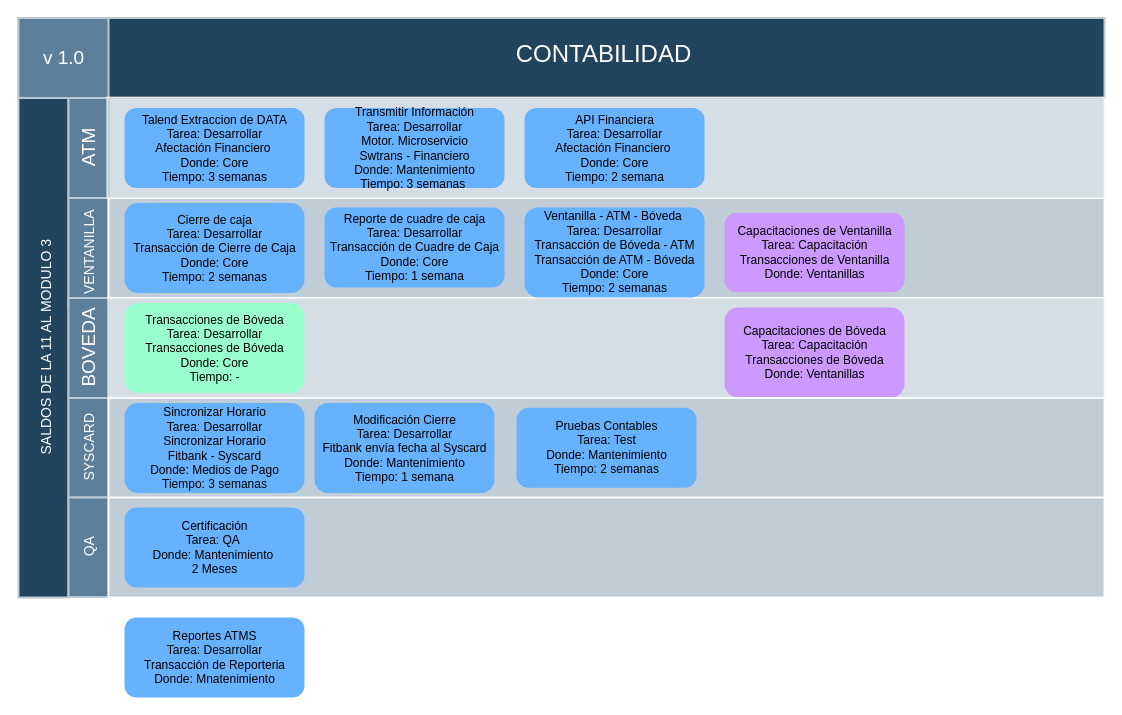
Before: page "Página-2" (2 of 4) of Flujo Contable.drawio in eddisonlazo/diagramas, a draw.io diagram. Source tidied: cells renumbered, new cells numbered last; positions are measured from the earlier drawing's top-left corner, leaving out a move shared by most shapes. Both pictures are drawn from the tidied source at 100%, with x=0, y=0 at pixel (18, 17).
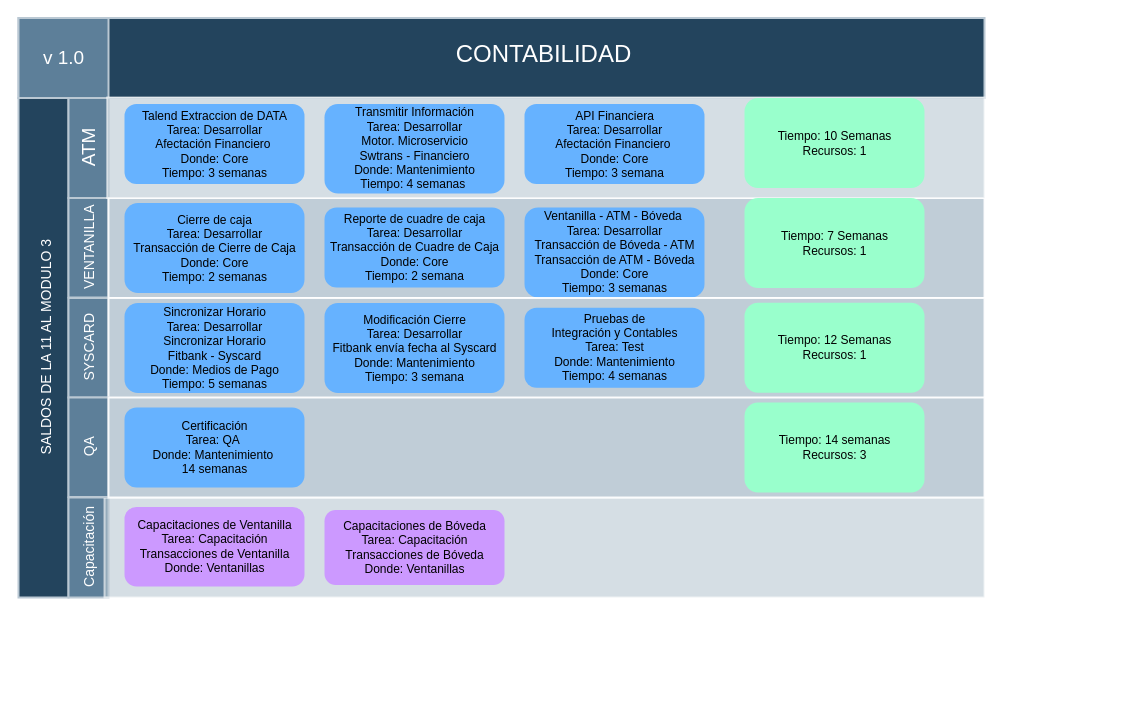
The same page after the edit.

Diff of the diagram source:
```diff
@@
     <mxCell id="2" value="CONTABILIDAD" style="strokeColor=#BAC8D3;fillColor=#23445D;fontSize=24;strokeWidth=2;fontFamily=Helvetica;html=1;fontColor=#FFFFFF;fontStyle=0;spacingBottom=8;spacingRight=0;spacingLeft=83;" parent="1" vertex="1">
-      <mxGeometry y="0.5" width="1086" height="80" as="geometry" />
+      <mxGeometry y="0.5" width="966" height="80" as="geometry" />
     </mxCell>
@@
     <mxCell id="6" value="&lt;font style=&quot;font-size: 14px&quot;&gt;VENTANILLA&lt;/font&gt;" style="strokeColor=#BAC8D3;fillColor=#5d7f99;fontSize=19;strokeWidth=2;horizontal=0;fontFamily=Helvetica;html=1;labelBackgroundColor=none;fontColor=#FFFFFF;" parent="1" vertex="1">
-      <mxGeometry x="50" y="180.5" width="40" height="109.5" as="geometry" />
+      <mxGeometry x="50" y="180.5" width="40" height="99.5" as="geometry" />
     </mxCell>
-    <mxCell id="7" value="BOVEDA" style="strokeColor=#BAC8D3;fillColor=#5d7f99;fontSize=19;strokeWidth=2;horizontal=0;fontFamily=Helvetica;html=1;labelBackgroundColor=none;fontColor=#FFFFFF;" parent="1" vertex="1">
-      <mxGeometry x="50" y="280.5" width="40" height="100" as="geometry" />
+    <mxCell id="7" value="&lt;font style=&quot;font-size: 14px;&quot;&gt;Capacitación&lt;/font&gt;" style="strokeColor=#BAC8D3;fillColor=#5d7f99;fontSize=19;strokeWidth=2;horizontal=0;fontFamily=Helvetica;html=1;labelBackgroundColor=none;fontColor=#FFFFFF;" parent="1" vertex="1">
+      <mxGeometry x="50" y="480" width="40" height="100" as="geometry" />
     </mxCell>
     <mxCell id="8" style="strokeColor=#FFFFFF;fillColor=#BAC8D3;fontSize=18;strokeWidth=2;fontFamily=Helvetica;html=1;opacity=90;" parent="1" vertex="1">
-      <mxGeometry x="90" y="180.5" width="996" height="100" as="geometry" />
+      <mxGeometry x="90" y="180.5" width="876" height="100" as="geometry" />
     </mxCell>
     <mxCell id="9" style="strokeColor=#FFFFFF;fillColor=#BAC8D3;fontSize=18;strokeWidth=2;fontFamily=Helvetica;html=1;opacity=60;" parent="1" vertex="1">
-      <mxGeometry x="90" y="280.5" width="996" height="100" as="geometry" />
+      <mxGeometry x="86" y="480" width="880" height="100" as="geometry" />
     </mxCell>
@@
-    <mxCell id="11" value="Reporte de cuadre de caja&lt;br style=&quot;border-color: var(--border-color);&quot;&gt;Tarea: Desarrollar&lt;br style=&quot;border-color: var(--border-color);&quot;&gt;Transacción de Cuadre de Caja&lt;br style=&quot;border-color: var(--border-color);&quot;&gt;Donde: Core&lt;br&gt;Tiempo: 1 semana" style="rounded=1;fillColor=#66B2FF;strokeColor=none;strokeWidth=2;fontFamily=Helvetica;html=1;gradientColor=none;" parent="1" vertex="1">
+    <mxCell id="11" value="Reporte de cuadre de caja&lt;br style=&quot;border-color: var(--border-color);&quot;&gt;Tarea: Desarrollar&lt;br style=&quot;border-color: var(--border-color);&quot;&gt;Transacción de Cuadre de Caja&lt;br style=&quot;border-color: var(--border-color);&quot;&gt;Donde: Core&lt;br&gt;Tiempo: 2 semana" style="rounded=1;fillColor=#66B2FF;strokeColor=none;strokeWidth=2;fontFamily=Helvetica;html=1;gradientColor=none;" parent="1" vertex="1">
       <mxGeometry x="306" y="190" width="180" height="80" as="geometry" />
     </mxCell>
     <mxCell id="12" style="strokeColor=#FFFFFF;fillColor=#BAC8D3;fontSize=18;strokeWidth=2;fontFamily=Helvetica;html=1;opacity=60;" parent="1" vertex="1">
-      <mxGeometry x="88.7" y="80" width="997.3" height="100.5" as="geometry" />
+      <mxGeometry x="88.7" y="80" width="877.3" height="100.5" as="geometry" />
     </mxCell>
-    <mxCell id="13" value="Transacciones de Bóveda&lt;br&gt;Tarea: Desarrollar &lt;br&gt;Transacciones de Bóveda&lt;br&gt;Donde: Core&lt;br&gt;Tiempo: -" style="rounded=1;fillColor=#99FFCC;strokeColor=none;strokeWidth=2;fontFamily=Helvetica;html=1;gradientColor=none;" parent="1" vertex="1">
-      <mxGeometry x="106" y="285.5" width="180" height="90" as="geometry" />
-    </mxCell>
-    <mxCell id="14" value="Ventanilla - ATM - Bóveda&amp;nbsp;&lt;br style=&quot;border-color: var(--border-color);&quot;&gt;Tarea: Desarrollar&lt;br style=&quot;border-color: var(--border-color);&quot;&gt;Transacción de Bóveda - ATM&lt;br&gt;Transacción de ATM - Bóveda&lt;br style=&quot;border-color: var(--border-color);&quot;&gt;Donde: Core&lt;br&gt;Tiempo: 2 semanas" style="rounded=1;fillColor=#66B2FF;strokeColor=none;strokeWidth=2;fontFamily=Helvetica;html=1;gradientColor=none;" parent="1" vertex="1">
+    <mxCell id="14" value="Ventanilla - ATM - Bóveda&amp;nbsp;&lt;br style=&quot;border-color: var(--border-color);&quot;&gt;Tarea: Desarrollar&lt;br style=&quot;border-color: var(--border-color);&quot;&gt;Transacción de Bóveda - ATM&lt;br&gt;Transacción de ATM - Bóveda&lt;br style=&quot;border-color: var(--border-color);&quot;&gt;Donde: Core&lt;br&gt;Tiempo: 3 semanas" style="rounded=1;fillColor=#66B2FF;strokeColor=none;strokeWidth=2;fontFamily=Helvetica;html=1;gradientColor=none;" parent="1" vertex="1">
       <mxGeometry x="506" y="190" width="180" height="90" as="geometry" />
     </mxCell>
-    <mxCell id="15" value="Reportes ATMS&lt;br style=&quot;border-color: var(--border-color);&quot;&gt;Tarea: Desarrollar&lt;br style=&quot;border-color: var(--border-color);&quot;&gt;Transacción de Reporteria&lt;br style=&quot;border-color: var(--border-color);&quot;&gt;Donde: Mnatenimiento" style="rounded=1;fillColor=#66B2FF;strokeColor=none;strokeWidth=2;fontFamily=Helvetica;html=1;gradientColor=none;" parent="1" vertex="1">
-      <mxGeometry x="106" y="600" width="180" height="80" as="geometry" />
-    </mxCell>
-    <mxCell id="16" value="Transmitir Información&lt;br style=&quot;border-color: var(--border-color);&quot;&gt;Tarea: Desarrollar&lt;br style=&quot;border-color: var(--border-color);&quot;&gt;Motor. Microservicio &lt;br&gt;Swtrans - Financiero&lt;br style=&quot;border-color: var(--border-color);&quot;&gt;Donde: Mantenimiento&lt;br&gt;Tiempo: 3 semanas&amp;nbsp;" style="rounded=1;fillColor=#66B2FF;strokeColor=none;strokeWidth=2;fontFamily=Helvetica;html=1;gradientColor=none;" parent="1" vertex="1">
-      <mxGeometry x="306" y="90.5" width="180" height="80" as="geometry" />
+    <mxCell id="16" value="Transmitir Información&lt;br style=&quot;border-color: var(--border-color);&quot;&gt;Tarea: Desarrollar&lt;br style=&quot;border-color: var(--border-color);&quot;&gt;Motor. Microservicio &lt;br&gt;Swtrans - Financiero&lt;br style=&quot;border-color: var(--border-color);&quot;&gt;Donde: Mantenimiento&lt;br&gt;Tiempo: 4 semanas&amp;nbsp;" style="rounded=1;fillColor=#66B2FF;strokeColor=none;strokeWidth=2;fontFamily=Helvetica;html=1;gradientColor=none;" parent="1" vertex="1">
+      <mxGeometry x="306" y="86.5" width="180" height="89.5" as="geometry" />
     </mxCell>
     <mxCell id="17" value="Capacitaciones de Bóveda&lt;br&gt;Tarea: Capacitación&lt;br&gt;Transacciones de Bóveda&lt;br&gt;Donde: Ventanillas" style="rounded=1;fillColor=#CC99FF;strokeColor=none;strokeWidth=2;fontFamily=Helvetica;html=1;gradientColor=none;" parent="1" vertex="1">
-      <mxGeometry x="706" y="290" width="180" height="90" as="geometry" />
+      <mxGeometry x="306" y="492.5" width="180" height="75" as="geometry" />
     </mxCell>
     <mxCell id="18" value="Capacitaciones de Ventanilla&lt;br&gt;Tarea: Capacitación&lt;br&gt;Transacciones de Ventanilla&lt;br&gt;Donde: Ventanillas" style="rounded=1;fillColor=#CC99FF;strokeColor=none;strokeWidth=2;fontFamily=Helvetica;html=1;gradientColor=none;" parent="1" vertex="1">
-      <mxGeometry x="706" y="195.2" width="180" height="79.5" as="geometry" />
+      <mxGeometry x="106" y="489.5" width="180" height="79.5" as="geometry" />
     </mxCell>
-    <mxCell id="19" value="API Financiera&lt;br style=&quot;border-color: var(--border-color);&quot;&gt;Tarea: Desarrollar&lt;br style=&quot;border-color: var(--border-color);&quot;&gt;Afectación Financiero&amp;nbsp;&lt;br style=&quot;border-color: var(--border-color);&quot;&gt;Donde: Core&lt;br&gt;Tiempo: 2 semana" style="rounded=1;fillColor=#66B2FF;strokeColor=none;strokeWidth=2;fontFamily=Helvetica;html=1;gradientColor=none;" parent="1" vertex="1">
-      <mxGeometry x="506" y="90.5" width="180" height="80" as="geometry" />
+    <mxCell id="19" value="API Financiera&lt;br style=&quot;border-color: var(--border-color);&quot;&gt;Tarea: Desarrollar&lt;br style=&quot;border-color: var(--border-color);&quot;&gt;Afectación Financiero&amp;nbsp;&lt;br style=&quot;border-color: var(--border-color);&quot;&gt;Donde: Core&lt;br&gt;Tiempo: 3 semana" style="rounded=1;fillColor=#66B2FF;strokeColor=none;strokeWidth=2;fontFamily=Helvetica;html=1;gradientColor=none;" parent="1" vertex="1">
+      <mxGeometry x="506" y="86.5" width="180" height="80" as="geometry" />
     </mxCell>
     <mxCell id="20" value="&lt;font style=&quot;font-size: 14px&quot;&gt;SYSCARD&lt;/font&gt;" style="strokeColor=#BAC8D3;fillColor=#5d7f99;fontSize=19;strokeWidth=2;horizontal=0;fontFamily=Helvetica;html=1;labelBackgroundColor=none;fontColor=#FFFFFF;" parent="1" vertex="1">
-      <mxGeometry x="50" y="380.5" width="40" height="99.5" as="geometry" />
+      <mxGeometry x="50" y="280.5" width="40" height="99.5" as="geometry" />
     </mxCell>
     <mxCell id="21" style="strokeColor=#FFFFFF;fillColor=#BAC8D3;fontSize=18;strokeWidth=2;fontFamily=Helvetica;html=1;opacity=90;" parent="1" vertex="1">
-      <mxGeometry x="90" y="380.5" width="996" height="100" as="geometry" />
+      <mxGeometry x="90" y="280.5" width="876" height="100" as="geometry" />
     </mxCell>
-    <mxCell id="22" value="Sincronizar Horario&lt;br&gt;Tarea: Desarrollar&lt;br&gt;Sincronizar Horario &lt;br&gt;Fitbank - Syscard&lt;br&gt;Donde: Medios de Pago&lt;br&gt;Tiempo: 3 semanas" style="rounded=1;fillColor=#66B2FF;strokeColor=none;strokeWidth=2;fontFamily=Helvetica;html=1;gradientColor=none;" parent="1" vertex="1">
-      <mxGeometry x="106" y="385.5" width="180" height="90" as="geometry" />
+    <mxCell id="22" value="Sincronizar Horario&lt;br&gt;Tarea: Desarrollar&lt;br&gt;Sincronizar Horario &lt;br&gt;Fitbank - Syscard&lt;br&gt;Donde: Medios de Pago&lt;br&gt;Tiempo: 5 semanas" style="rounded=1;fillColor=#66B2FF;strokeColor=none;strokeWidth=2;fontFamily=Helvetica;html=1;gradientColor=none;" parent="1" vertex="1">
+      <mxGeometry x="106" y="285.5" width="180" height="90" as="geometry" />
     </mxCell>
     <mxCell id="23" value="Talend Extraccion de DATA&lt;br style=&quot;border-color: var(--border-color);&quot;&gt;Tarea: Desarrollar&lt;br style=&quot;border-color: var(--border-color);&quot;&gt;Afectación Financiero&amp;nbsp;&lt;br style=&quot;border-color: var(--border-color);&quot;&gt;Donde: Core&lt;br&gt;Tiempo: 3 semanas" style="rounded=1;fillColor=#66B2FF;strokeColor=none;strokeWidth=2;fontFamily=Helvetica;html=1;gradientColor=none;" parent="1" vertex="1">
-      <mxGeometry x="106" y="90.5" width="180" height="80" as="geometry" />
+      <mxGeometry x="106" y="86.5" width="180" height="80" as="geometry" />
     </mxCell>
-    <mxCell id="24" value="Modificación Cierre&lt;br&gt;Tarea: Desarrollar&lt;br&gt;Fitbank envía fecha al Syscard&lt;br&gt;Donde: Mantenimiento&lt;br&gt;Tiempo: 1 semana" style="rounded=1;fillColor=#66B2FF;strokeColor=none;strokeWidth=2;fontFamily=Helvetica;html=1;gradientColor=none;" parent="1" vertex="1">
-      <mxGeometry x="296" y="385.5" width="180" height="90" as="geometry" />
+    <mxCell id="24" value="Modificación Cierre&lt;br&gt;Tarea: Desarrollar&lt;br&gt;Fitbank envía fecha al Syscard&lt;br&gt;Donde: Mantenimiento&lt;br&gt;Tiempo: 3 semana" style="rounded=1;fillColor=#66B2FF;strokeColor=none;strokeWidth=2;fontFamily=Helvetica;html=1;gradientColor=none;" parent="1" vertex="1">
+      <mxGeometry x="306" y="285.5" width="180" height="90" as="geometry" />
     </mxCell>
     <mxCell id="25" value="&lt;font style=&quot;font-size: 14px&quot;&gt;QA&lt;/font&gt;" style="strokeColor=#BAC8D3;fillColor=#5d7f99;fontSize=19;strokeWidth=2;horizontal=0;fontFamily=Helvetica;html=1;labelBackgroundColor=none;fontColor=#FFFFFF;" parent="1" vertex="1">
-      <mxGeometry x="50" y="480" width="40" height="99.5" as="geometry" />
+      <mxGeometry x="50" y="380" width="40" height="99.5" as="geometry" />
     </mxCell>
     <mxCell id="26" style="strokeColor=#FFFFFF;fillColor=#BAC8D3;fontSize=18;strokeWidth=2;fontFamily=Helvetica;html=1;opacity=90;" parent="1" vertex="1">
-      <mxGeometry x="90" y="480" width="996" height="100" as="geometry" />
+      <mxGeometry x="90" y="380" width="876" height="100" as="geometry" />
     </mxCell>
-    <mxCell id="27" value="Pruebas Contables&lt;br style=&quot;border-color: var(--border-color);&quot;&gt;Tarea: Test&lt;br style=&quot;border-color: var(--border-color);&quot;&gt;Donde: Mantenimiento&lt;br&gt;Tiempo: 2 semanas" style="rounded=1;fillColor=#66B2FF;strokeColor=none;strokeWidth=2;fontFamily=Helvetica;html=1;gradientColor=none;" parent="1" vertex="1">
-      <mxGeometry x="498" y="390.2" width="180" height="80" as="geometry" />
+    <mxCell id="27" value="Pruebas de &lt;br&gt;Integración y Contables&lt;br style=&quot;border-color: var(--border-color);&quot;&gt;Tarea: Test&lt;br style=&quot;border-color: var(--border-color);&quot;&gt;Donde: Mantenimiento&lt;br&gt;Tiempo: 4 semanas" style="rounded=1;fillColor=#66B2FF;strokeColor=none;strokeWidth=2;fontFamily=Helvetica;html=1;gradientColor=none;" parent="1" vertex="1">
+      <mxGeometry x="506" y="290.2" width="180" height="80" as="geometry" />
     </mxCell>
-    <mxCell id="28" value="Certificación&lt;br style=&quot;border-color: var(--border-color);&quot;&gt;Tarea: QA&amp;nbsp;&lt;br style=&quot;border-color: var(--border-color);&quot;&gt;Donde: Mantenimiento&amp;nbsp;&lt;br&gt;2 Meses" style="rounded=1;fillColor=#66B2FF;strokeColor=none;strokeWidth=2;fontFamily=Helvetica;html=1;gradientColor=none;" parent="1" vertex="1">
-      <mxGeometry x="106" y="490" width="180" height="80" as="geometry" />
+    <mxCell id="28" value="Certificación&lt;br style=&quot;border-color: var(--border-color);&quot;&gt;Tarea: QA&amp;nbsp;&lt;br style=&quot;border-color: var(--border-color);&quot;&gt;Donde: Mantenimiento&amp;nbsp;&lt;br&gt;14 semanas" style="rounded=1;fillColor=#66B2FF;strokeColor=none;strokeWidth=2;fontFamily=Helvetica;html=1;gradientColor=none;" parent="1" vertex="1">
+      <mxGeometry x="106" y="390" width="180" height="80" as="geometry" />
     </mxCell>
+    <mxCell id="29" value="Tiempo: 10 Semanas&lt;br&gt;Recursos: 1" style="rounded=1;fillColor=#99FFCC;strokeColor=none;strokeWidth=2;fontFamily=Helvetica;html=1;gradientColor=none;" parent="1" vertex="1">
+      <mxGeometry x="726" y="80.5" width="180" height="90" as="geometry" />
+    </mxCell>
+    <mxCell id="30" value="Tiempo: 7 Semanas&lt;br&gt;Recursos: 1" style="rounded=1;fillColor=#99FFCC;strokeColor=none;strokeWidth=2;fontFamily=Helvetica;html=1;gradientColor=none;" parent="1" vertex="1">
+      <mxGeometry x="726" y="180.5" width="180" height="90" as="geometry" />
+    </mxCell>
+    <mxCell id="31" value="Tiempo: 12 Semanas&lt;br&gt;Recursos: 1" style="rounded=1;fillColor=#99FFCC;strokeColor=none;strokeWidth=2;fontFamily=Helvetica;html=1;gradientColor=none;" parent="1" vertex="1">
+      <mxGeometry x="726" y="285.2" width="180" height="90" as="geometry" />
+    </mxCell>
+    <mxCell id="32" value="Tiempo: 14 semanas&lt;br&gt;Recursos: 3" style="rounded=1;fillColor=#99FFCC;strokeColor=none;strokeWidth=2;fontFamily=Helvetica;html=1;gradientColor=none;" parent="1" vertex="1">
+      <mxGeometry x="726" y="385" width="180" height="90" as="geometry" />
+    </mxCell>
```
